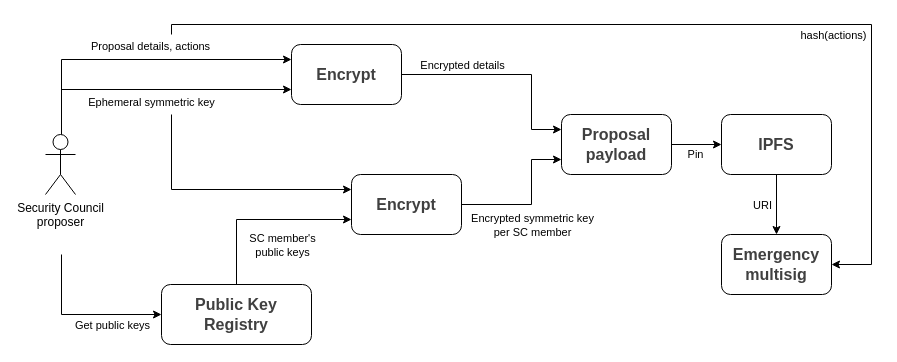
Before: page "Emergency proposal encryption" (5 of 7) of dao-flows.drawio in aragon/taiko-contracts, a draw.io diagram. Source tidied: cells renumbered, new cells numbered last; positions are measured from the earlier drawing's top-left corner, leaving out a move shared by most shapes. Both pictures are drawn from the tidied source at 100%, with x=0, y=0 at pixel (45, 24).
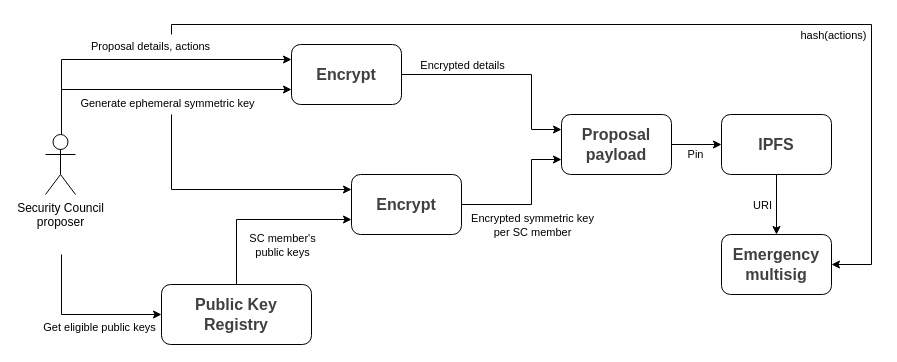
After the change.

The change refers to these unchanged cells:
```xml
<mxCell id="2" style="edgeStyle=orthogonalEdgeStyle;rounded=0;jettySize=auto;html=1;entryX=0;entryY=0.5;entryDx=0;entryDy=0;" parent="1" edge="1" target="11">
  <mxGeometry relative="1" as="geometry">
    <mxPoint x="16" y="230" as="sourcePoint" />
    <Array as="points">
      <mxPoint x="16" y="290" />
    </Array>
  </mxGeometry>
</mxCell>
<mxCell id="6" style="edgeStyle=orthogonalEdgeStyle;rounded=0;jettySize=auto;html=1;entryX=0;entryY=0.75;entryDx=0;entryDy=0;" parent="1" edge="1" source="8" target="20">
  <mxGeometry relative="1" as="geometry">
    <Array as="points">
      <mxPoint x="16" y="65" />
    </Array>
  </mxGeometry>
</mxCell>
```

What changed in the source:
```diff
@@
-    <mxCell id="3" value="Get public keys" style="edgeLabel;html=1;align=center;verticalAlign=middle;" parent="2" vertex="1">
+    <mxCell id="3" value="Get eligible public keys" style="edgeLabel;html=1;align=center;verticalAlign=middle;" parent="2" vertex="1">
       <mxGeometry x="-0.2" y="-1" relative="1" as="geometry">
-        <mxPoint x="46" y="9" as="offset" />
+        <mxPoint x="33" y="11" as="offset" />
       </mxGeometry>
     </mxCell>
@@
-    <mxCell id="7" value="Ephemeral symmetric key" style="edgeLabel;html=1;align=center;verticalAlign=middle;" parent="6" vertex="1">
+    <mxCell id="7" value="Generate ephemeral symmetric key" style="edgeLabel;html=1;align=center;verticalAlign=middle;" parent="6" vertex="1">
       <mxGeometry y="4" relative="1" as="geometry">
-        <mxPoint x="-4" y="16" as="offset" />
+        <mxPoint x="12" y="17" as="offset" />
       </mxGeometry>
     </mxCell>
```
